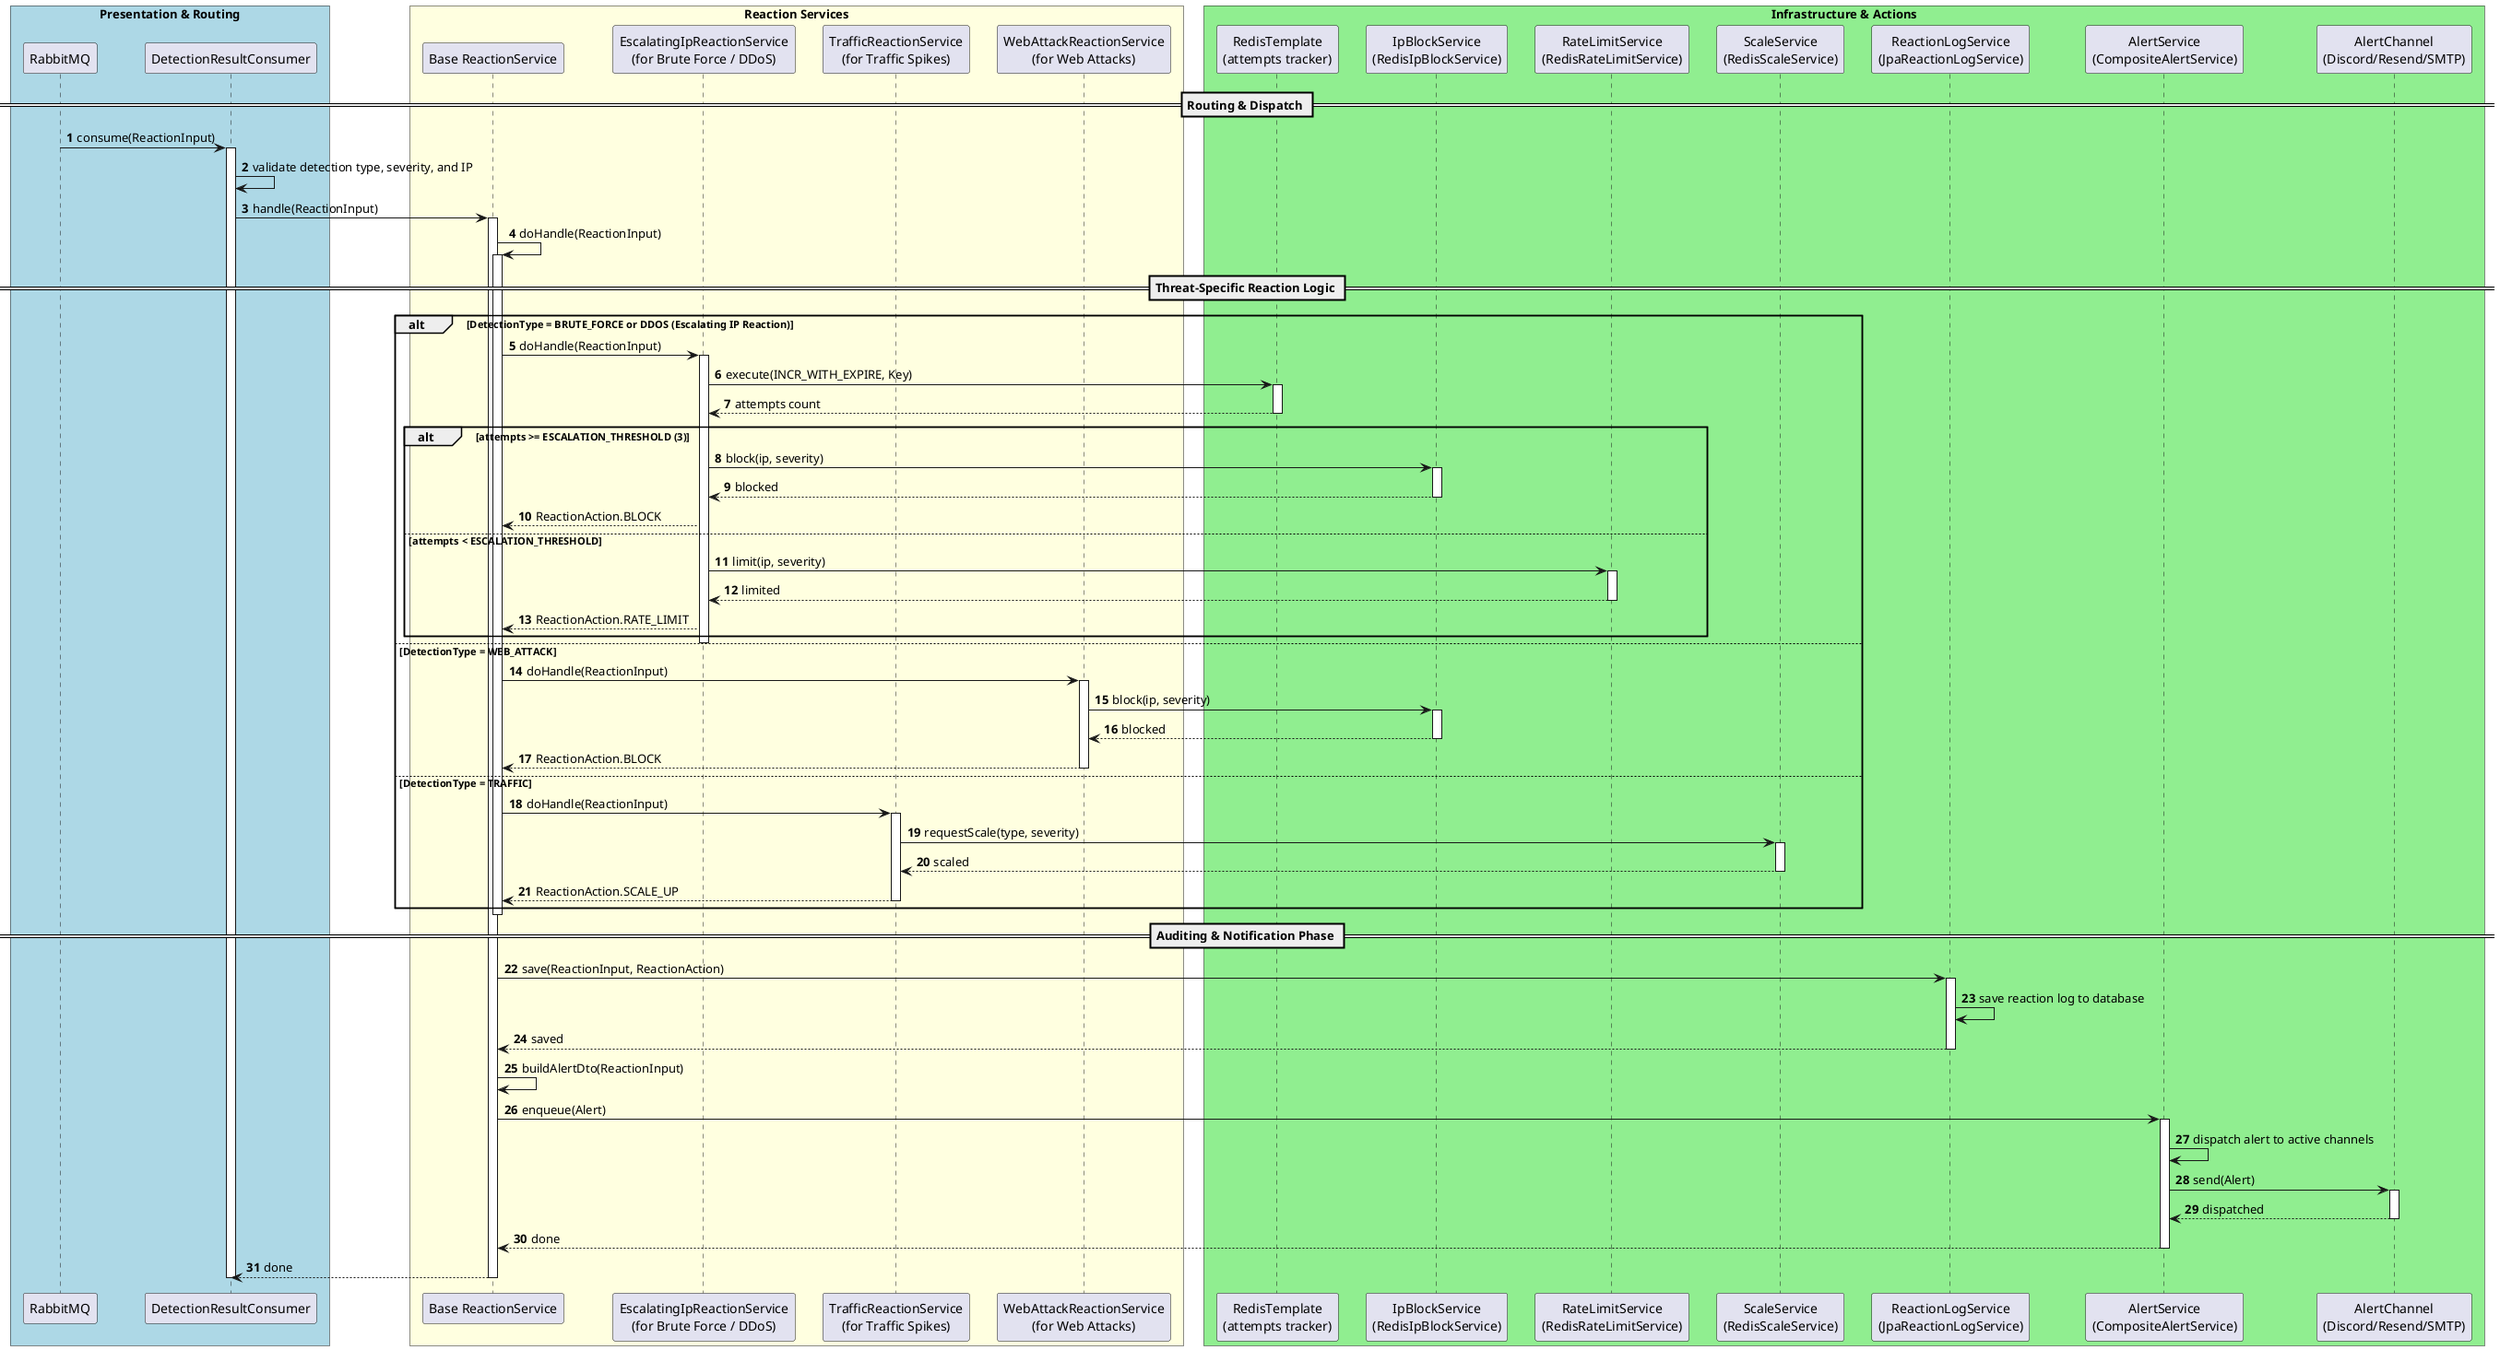
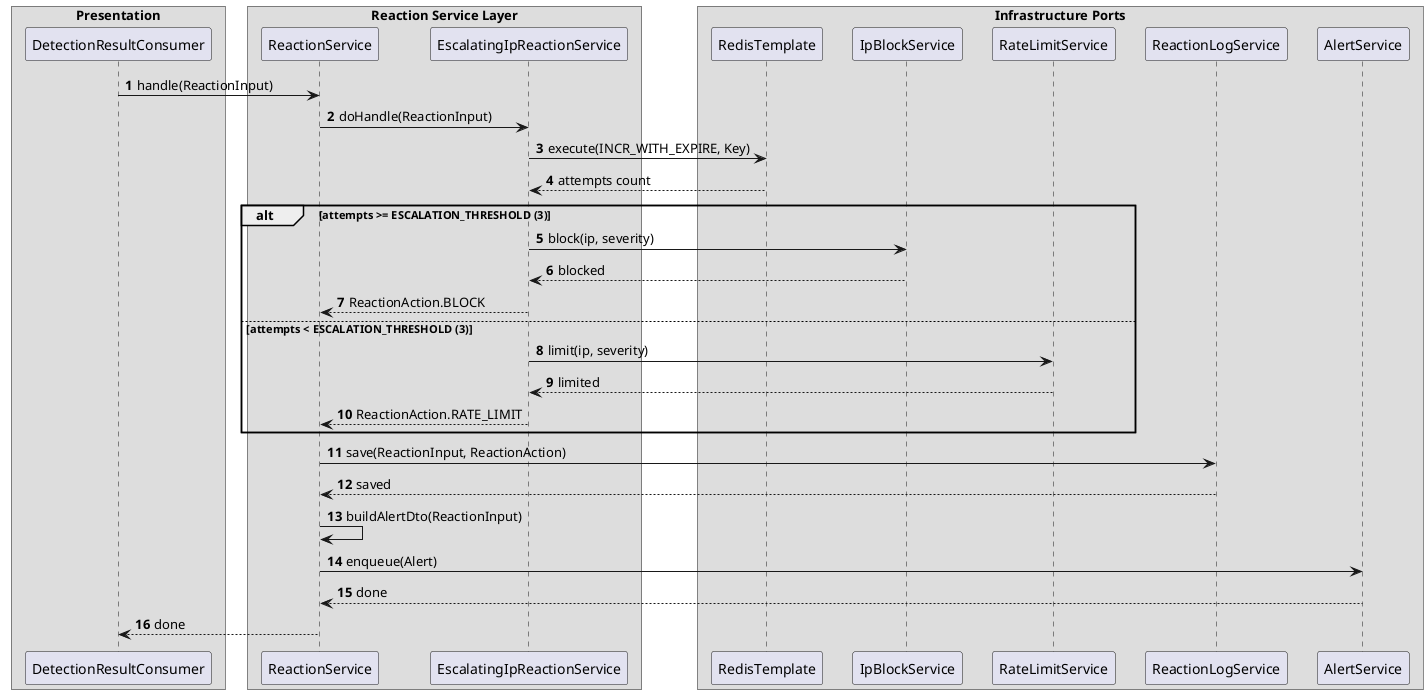
@startuml sequence-reaction-escalation
autonumber
skinparam BoxPadding 10
skinparam ParticipantPadding 10

- box "Presentation & Routing" #LightBlue
- participant "RabbitMQ" as MQ
+ box "Presentation"
participant "DetectionResultConsumer" as Consumer
end box

- box "Reaction Services" #LightYellow
- participant "Base ReactionService" as ReactionSvc
- participant "EscalatingIpReactionService\n(for Brute Force / DDoS)" as EscalatingSvc
- participant "TrafficReactionService\n(for Traffic Spikes)" as TrafficSvc
- participant "WebAttackReactionService\n(for Web Attacks)" as WebSvc
+ box "Reaction Service Layer"
+ participant "ReactionService" as ReactionSvc
+ participant "EscalatingIpReactionService" as EscalatingSvc
end box

- box "Infrastructure & Actions" #LightGreen
- participant "RedisTemplate\n(attempts tracker)" as Redis
- participant "IpBlockService\n(RedisIpBlockService)" as BlockSvc
- participant "RateLimitService\n(RedisRateLimitService)" as LimitSvc
- participant "ScaleService\n(RedisScaleService)" as ScaleSvc
- participant "ReactionLogService\n(JpaReactionLogService)" as LogSvc
- participant "AlertService\n(CompositeAlertService)" as AlertSvc
- participant "AlertChannel\n(Discord/Resend/SMTP)" as Channel
+ box "Infrastructure Ports"
+ participant "RedisTemplate" as Redis
+ participant "IpBlockService" as BlockSvc
+ participant "RateLimitService" as LimitSvc
+ participant "ReactionLogService" as LogSvc
+ participant "AlertService" as AlertSvc
end box

- == Routing & Dispatch ==
+ Consumer -> ReactionSvc : handle(ReactionInput)
+ ReactionSvc -> EscalatingSvc : doHandle(ReactionInput)

- MQ -> Consumer : consume(ReactionInput)
- activate Consumer
- Consumer -> Consumer : validate detection type, severity, and IP
- Consumer -> ReactionSvc : handle(ReactionInput)
- activate ReactionSvc
+ EscalatingSvc -> Redis : execute(INCR_WITH_EXPIRE, Key)
+ Redis --> EscalatingSvc : attempts count

- ReactionSvc -> ReactionSvc : doHandle(ReactionInput)
- activate ReactionSvc
- 
- == Threat-Specific Reaction Logic ==
- 
- alt DetectionType = BRUTE_FORCE or DDOS (Escalating IP Reaction)
-     ReactionSvc -> EscalatingSvc : doHandle(ReactionInput)
-     activate EscalatingSvc
- 
-     EscalatingSvc -> Redis : execute(INCR_WITH_EXPIRE, Key)
-     activate Redis
-     Redis --> EscalatingSvc : attempts count
-     deactivate Redis
- 
-     alt attempts >= ESCALATION_THRESHOLD (3)
-         EscalatingSvc -> BlockSvc : block(ip, severity)
-         activate BlockSvc
-         BlockSvc --> EscalatingSvc : blocked
-         deactivate BlockSvc
-         EscalatingSvc --> ReactionSvc : ReactionAction.BLOCK
-     else attempts < ESCALATION_THRESHOLD
-         EscalatingSvc -> LimitSvc : limit(ip, severity)
-         activate LimitSvc
-         LimitSvc --> EscalatingSvc : limited
-         deactivate LimitSvc
-         EscalatingSvc --> ReactionSvc : ReactionAction.RATE_LIMIT
-     end
-     deactivate EscalatingSvc
- 
- else DetectionType = WEB_ATTACK
-     ReactionSvc -> WebSvc : doHandle(ReactionInput)
-     activate WebSvc
- 
-     WebSvc -> BlockSvc : block(ip, severity)
-     activate BlockSvc
-     BlockSvc --> WebSvc : blocked
-     deactivate BlockSvc
- 
-     WebSvc --> ReactionSvc : ReactionAction.BLOCK
-     deactivate WebSvc
- 
- else DetectionType = TRAFFIC
-     ReactionSvc -> TrafficSvc : doHandle(ReactionInput)
-     activate TrafficSvc
- 
-     TrafficSvc -> ScaleSvc : requestScale(type, severity)
-     activate ScaleSvc
-     ScaleSvc --> TrafficSvc : scaled
-     deactivate ScaleSvc
- 
-     TrafficSvc --> ReactionSvc : ReactionAction.SCALE_UP
-     deactivate TrafficSvc
+ alt attempts >= ESCALATION_THRESHOLD (3)
+     EscalatingSvc -> BlockSvc : block(ip, severity)
+     BlockSvc --> EscalatingSvc : blocked
+     EscalatingSvc --> ReactionSvc : ReactionAction.BLOCK
+ else attempts < ESCALATION_THRESHOLD (3)
+     EscalatingSvc -> LimitSvc : limit(ip, severity)
+     LimitSvc --> EscalatingSvc : limited
+     EscalatingSvc --> ReactionSvc : ReactionAction.RATE_LIMIT
end

- deactivate ReactionSvc
- 
- == Auditing & Notification Phase ==
- 
ReactionSvc -> LogSvc : save(ReactionInput, ReactionAction)
- activate LogSvc
- LogSvc -> LogSvc : save reaction log to database
LogSvc --> ReactionSvc : saved
- deactivate LogSvc

ReactionSvc -> ReactionSvc : buildAlertDto(ReactionInput)
- 
ReactionSvc -> AlertSvc : enqueue(Alert)
- activate AlertSvc
- AlertSvc -> AlertSvc : dispatch alert to active channels
- AlertSvc -> Channel : send(Alert)
- activate Channel
- Channel --> AlertSvc : dispatched
- deactivate Channel
AlertSvc --> ReactionSvc : done
- deactivate AlertSvc

ReactionSvc --> Consumer : done
- deactivate ReactionSvc
- deactivate Consumer

@enduml
